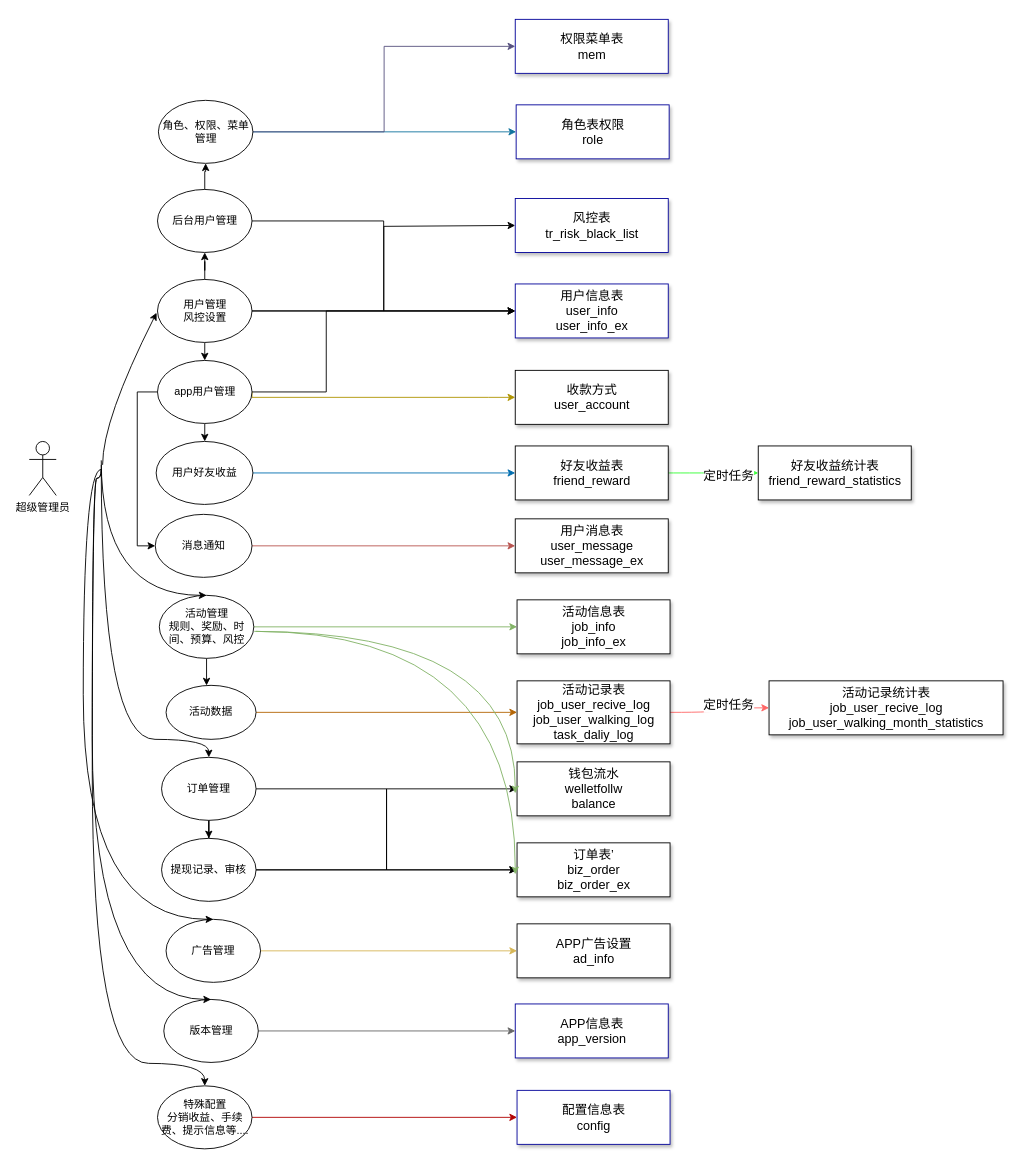
Above: 后台.drawio in leilifu/Travel (draw.io), before the change. Source tidied: cells renumbered, new cells numbered last; positions are measured from the earlier drawing's top-left corner, leaving out a move shared by most shapes. Both pictures are drawn from the tidied source at 90%, with x=0, y=0 at pixel (29, 19).
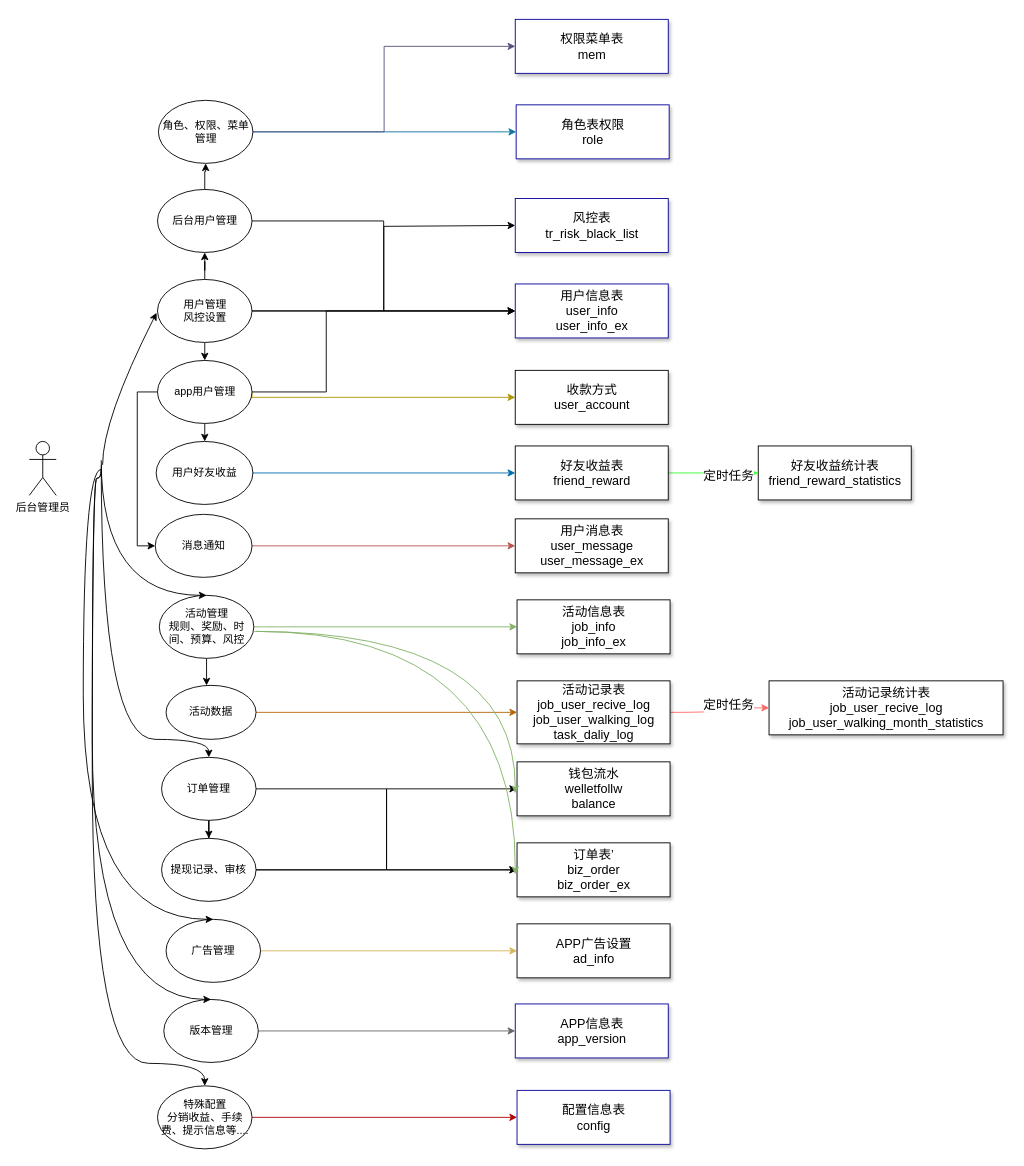
The same diagram, later.

Diff of the diagram source:
```diff
@@
-    <mxCell id="2" value="超级管理员" style="shape=umlActor;verticalLabelPosition=bottom;verticalAlign=top;html=1;" parent="1" vertex="1">
+    <mxCell id="2" value="后台管理员" style="shape=umlActor;verticalLabelPosition=bottom;verticalAlign=top;html=1;" parent="1" vertex="1">
       <mxGeometry y="469" width="30" height="60" as="geometry" />
     </mxCell>
```
